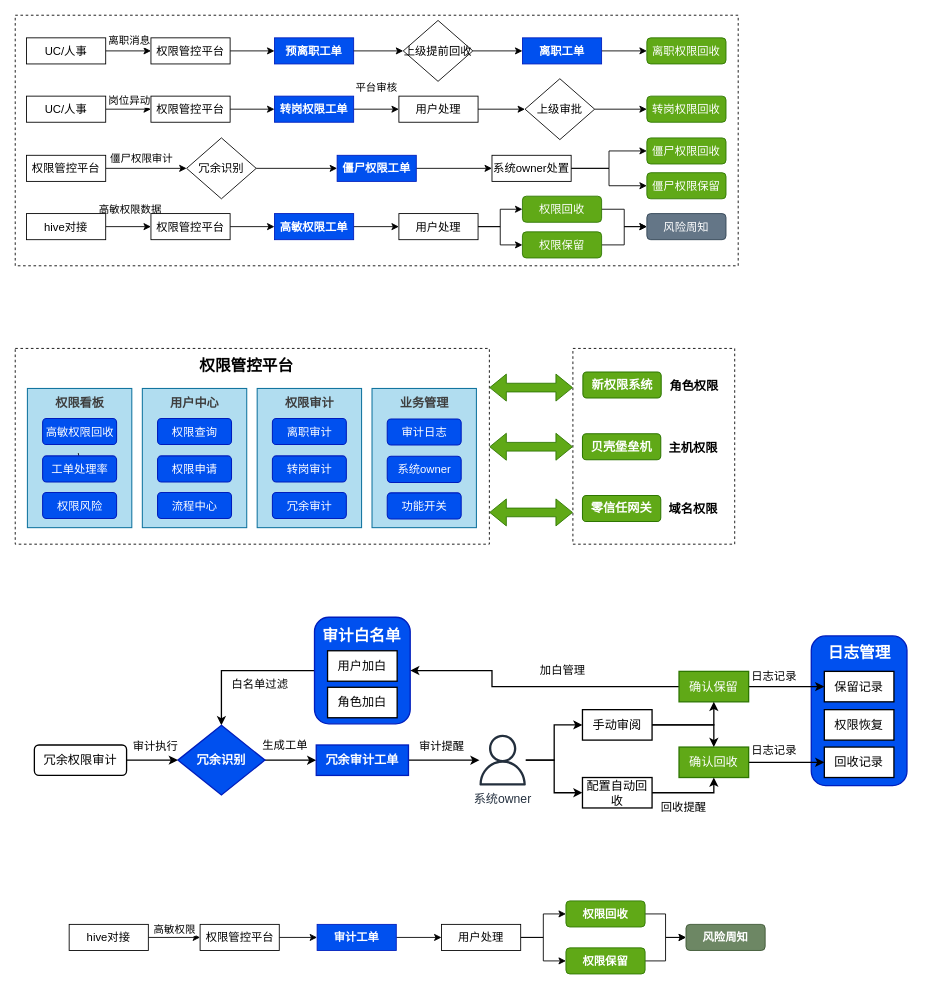
Before: page "述职" (11 of 11) of 权限审计.drawio in zpxiao-ios/hello-world, a draw.io diagram. Source tidied: cells renumbered, new cells numbered last; positions are measured from the earlier drawing's top-left corner, leaving out a move shared by most shapes. Both pictures are drawn from the tidied source at 87%, with x=0, y=0 at pixel (15, 15).
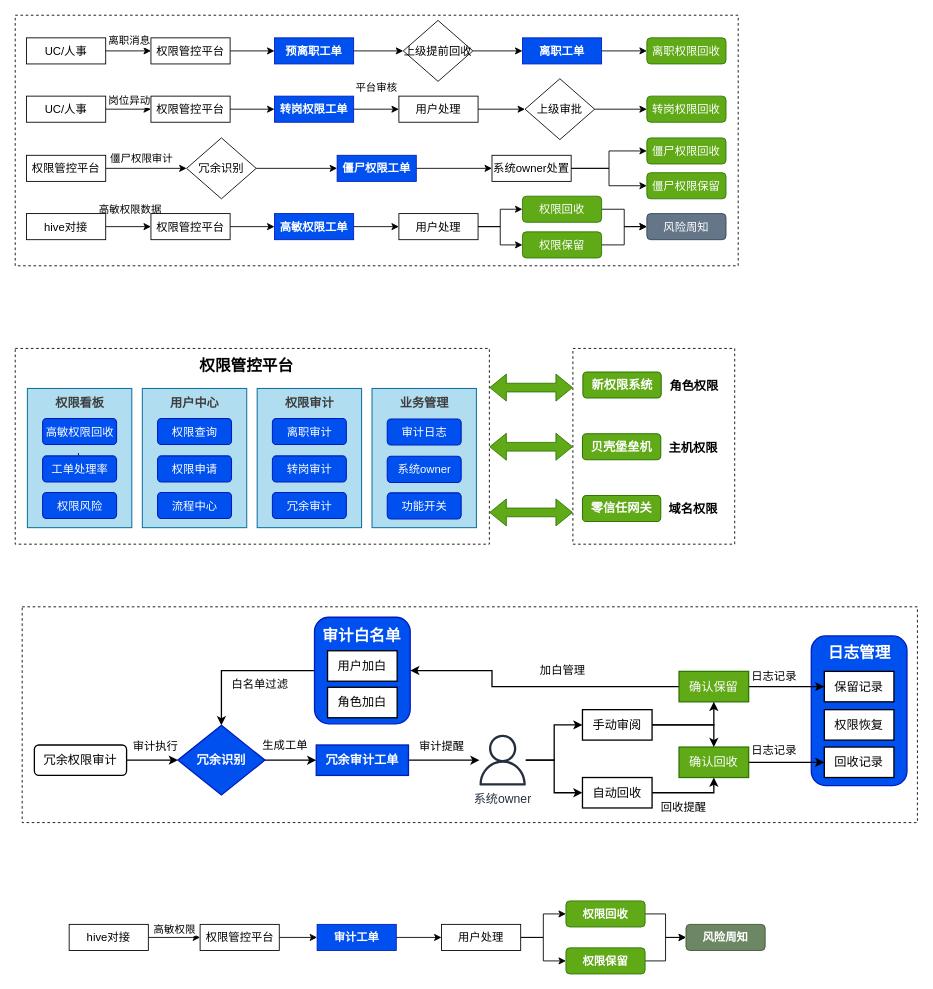
Above is the later version.

Commit message (it also covers changes not shown here):
更新权限审计.drawio

Change to the diagram source:
```diff
@@
+    <mxCell id="139" style="rounded=0;whiteSpace=wrap;html=1;dashed=1;" parent="1" vertex="1">
+      <mxGeometry x="8" y="680" width="1029" height="248" as="geometry" />
+    </mxCell>
@@
-    <mxCell id="131" value="配置自动回收" style="rounded=0;whiteSpace=wrap;html=1;fontSize=14;strokeWidth=1.5;flipV=1;" parent="1" vertex="1">
+    <mxCell id="131" value="自动回收" style="rounded=0;whiteSpace=wrap;html=1;fontSize=14;strokeWidth=1.5;flipV=1;" parent="1" vertex="1">
       <mxGeometry x="652" y="876.2" width="80" height="35" as="geometry" />
     </mxCell>
```
